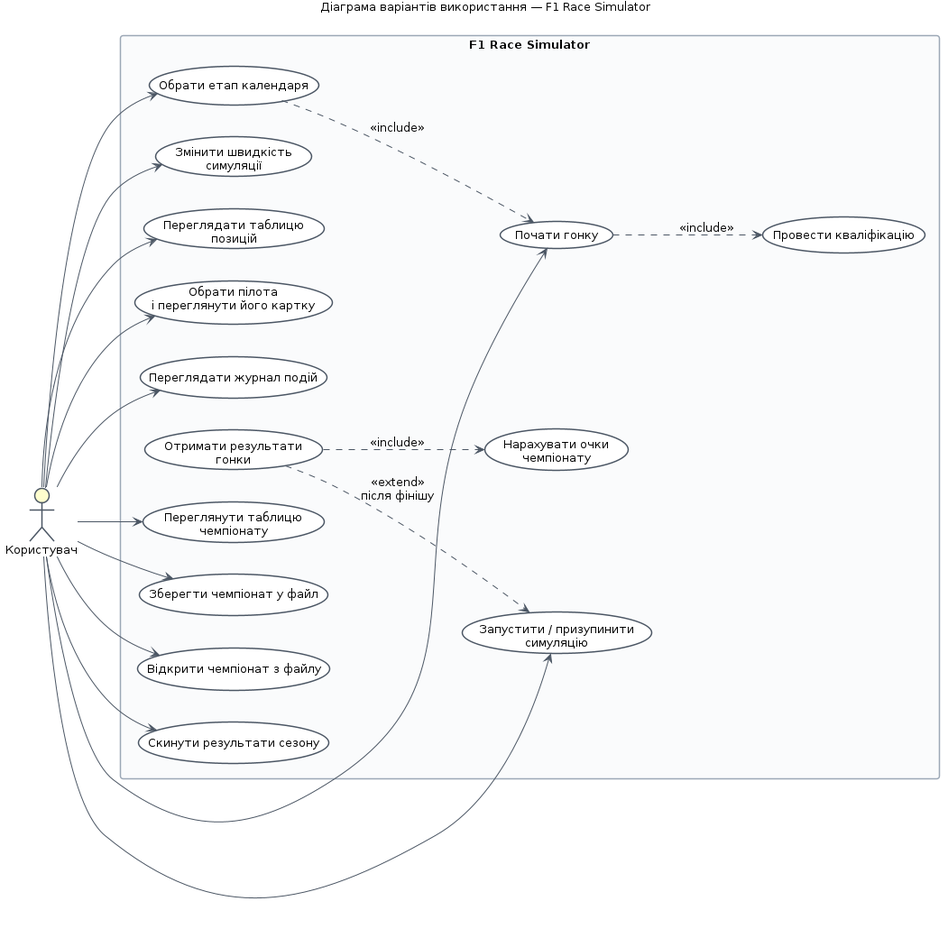
Above: docs/uml/01-use-cases.png in makson221/F1RaceSimulator (PlantUML), before the change. Its source is kept beside it as docs/uml/01-use-cases.puml.
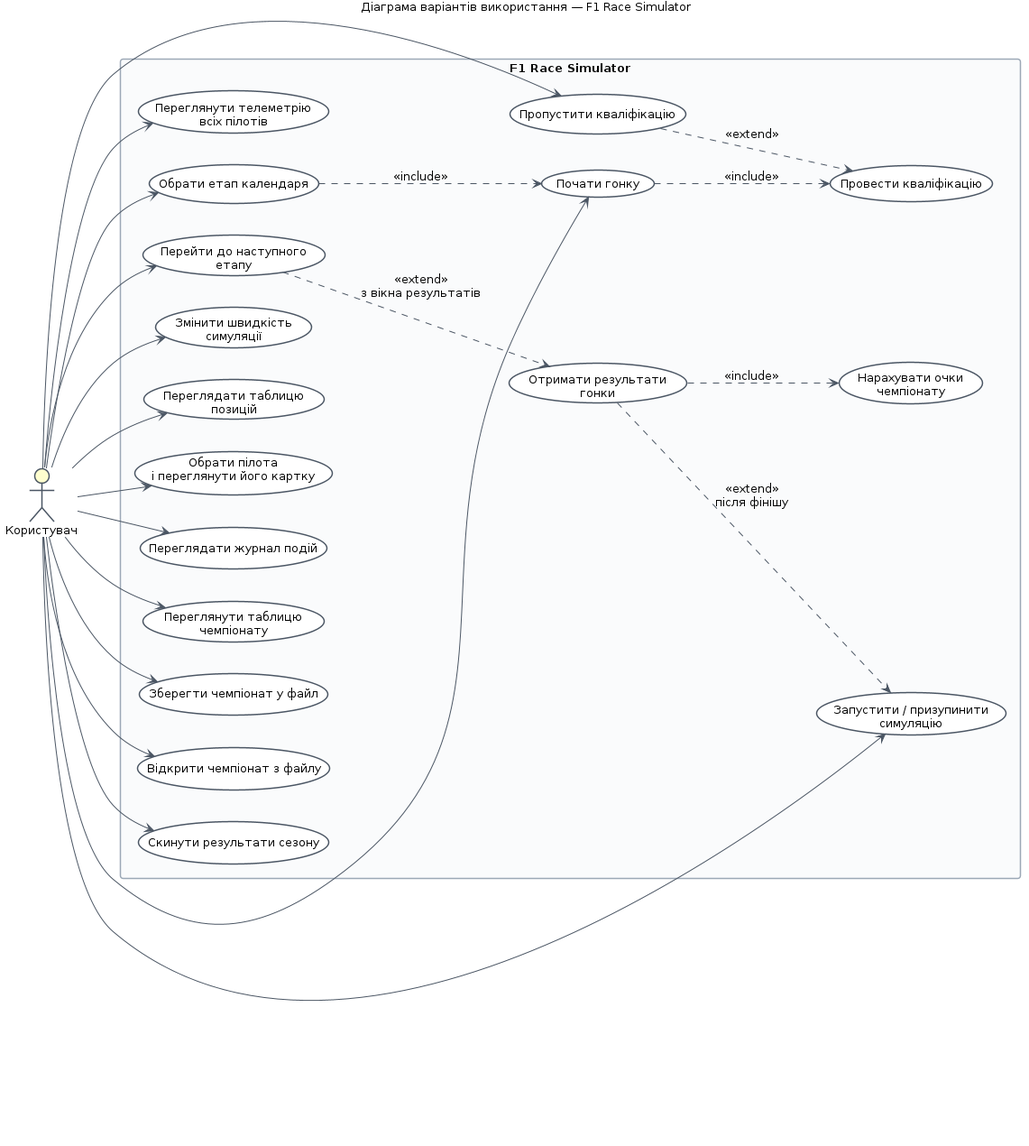
The same diagram one commit later.

Change to the diagram source:
```diff
@@ -20,6 +20,9 @@
   usecase "Зберегти чемпіонат у файл" as UC12
   usecase "Відкрити чемпіонат з файлу" as UC13
   usecase "Скинути результати сезону" as UC14
+  usecase "Пропустити кваліфікацію" as UC15
+  usecase "Переглянути телеметрію\nвсіх пілотів" as UC16
+  usecase "Перейти до наступного\nетапу" as UC17
 }
 
 User --> UC1
@@ -33,6 +36,11 @@
 User --> UC12
 User --> UC13
 User --> UC14
+User --> UC15
+User --> UC16
+User --> UC17
+UC15 ..> UC3 : <<extend>>
+UC17 ..> UC9 : <<extend>>\nз вікна результатів
 
 UC1 ..> UC2 : <<include>>
 UC2 ..> UC3 : <<include>>
```
